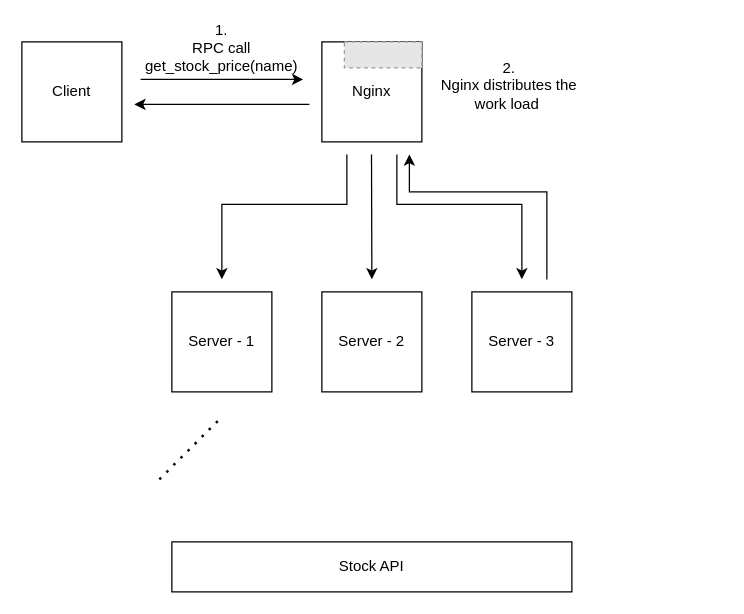
Before: Diagrama sin título.drawio in Ties17/ADS-Group-16, a draw.io diagram. Source tidied: cells renumbered, new cells numbered last; positions are measured from the earlier drawing's top-left corner, leaving out a move shared by most shapes. Both pictures are drawn from the tidied source at 125%, with x=0, y=0 at pixel (21, 29). Pictures stored in the file or linked from it are replaced by grey dashed boxes.
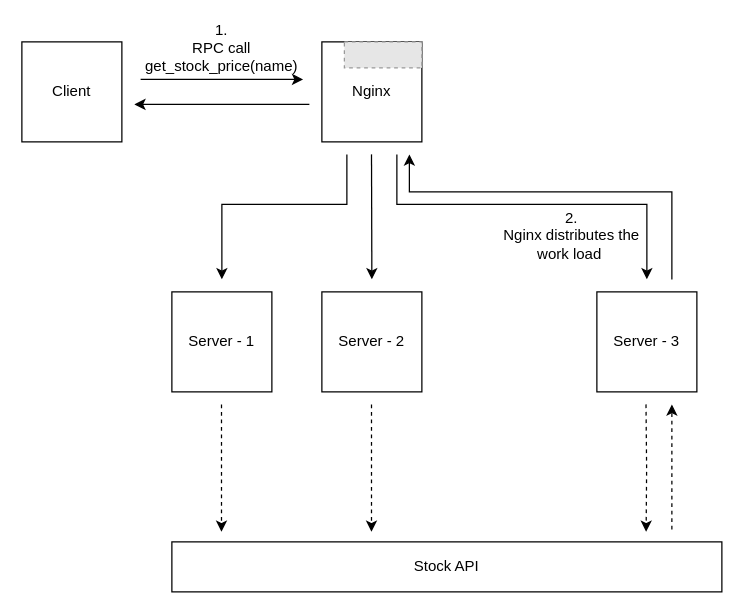
The same diagram, later.

Change to the diagram source:
```diff
@@
     <mxCell id="3" value="Server - 3" style="rounded=0;whiteSpace=wrap;html=1;" parent="1" vertex="1">
-      <mxGeometry x="360" y="210" width="80" height="80" as="geometry" />
+      <mxGeometry x="460" y="210" width="80" height="80" as="geometry" />
     </mxCell>
@@
     <mxCell id="10" style="endArrow=classic;html=1;rounded=0;" parent="1" edge="1">
       <mxGeometry relative="1" as="geometry">
         <mxPoint x="300" y="100" as="sourcePoint" />
-        <mxPoint x="400" y="200" as="targetPoint" />
+        <mxPoint x="500" y="200" as="targetPoint" />
         <Array as="points">
           <mxPoint x="300" y="140" />
-          <mxPoint x="400" y="140" />
+          <mxPoint x="500" y="140" />
         </Array>
       </mxGeometry>
     </mxCell>
@@
     <mxCell id="13" style="endArrow=classic;html=1;rounded=0;" parent="1" edge="1">
       <mxGeometry relative="1" as="geometry">
-        <mxPoint x="420" y="200" as="sourcePoint" />
+        <mxPoint x="520" y="200" as="sourcePoint" />
         <mxPoint x="310" y="100" as="targetPoint" />
         <Array as="points">
-          <mxPoint x="420" y="160" />
-          <mxPoint x="420" y="130" />
+          <mxPoint x="520" y="130" />
           <mxPoint x="310" y="130" />
         </Array>
       </mxGeometry>
     </mxCell>
@@
     <mxCell id="15" value="2.&lt;br&gt;Nginx distributes the work load&amp;nbsp;" style="text;html=1;strokeColor=none;fillColor=none;align=center;verticalAlign=middle;whiteSpace=wrap;rounded=0;" parent="1" vertex="1">
-      <mxGeometry x="330" y="30" width="120" height="30" as="geometry" />
+      <mxGeometry x="380" y="150" width="120" height="30" as="geometry" />
     </mxCell>
     <mxCell id="16" value="Stock API" style="rounded=0;whiteSpace=wrap;html=1;" parent="1" vertex="1">
-      <mxGeometry x="120" y="410" width="320" height="40" as="geometry" />
+      <mxGeometry x="120" y="410" width="440" height="40" as="geometry" />
     </mxCell>
-    <mxCell id="17" style="endArrow=none;dashed=1;html=1;dashPattern=1 3;strokeWidth=2;rounded=0;" parent="1" edge="1">
-      <mxGeometry relative="1" as="geometry">
-        <mxPoint x="110" y="360" as="sourcePoint" />
-        <mxPoint x="160" y="310" as="targetPoint" />
-      </mxGeometry>
-    </mxCell>
+    <mxCell id="18" style="edgeStyle=orthogonalEdgeStyle;rounded=0;orthogonalLoop=1;jettySize=auto;html=1;entryX=0.937;entryY=0.047;entryDx=0;entryDy=0;entryPerimeter=0;dashed=1;" parent="1" edge="1">
+      <mxGeometry relative="1" as="geometry">
+        <mxPoint x="499.3" y="300" as="sourcePoint" />
+        <mxPoint x="499.4" y="401.9" as="targetPoint" />
+      </mxGeometry>
+    </mxCell>
+    <mxCell id="19" style="edgeStyle=orthogonalEdgeStyle;rounded=0;orthogonalLoop=1;jettySize=auto;html=1;entryX=0.937;entryY=0.047;entryDx=0;entryDy=0;entryPerimeter=0;dashed=1;" parent="1" edge="1">
+      <mxGeometry relative="1" as="geometry">
+        <mxPoint x="159.7" y="300" as="sourcePoint" />
+        <mxPoint x="159.7" y="401.9" as="targetPoint" />
+      </mxGeometry>
+    </mxCell>
+    <mxCell id="20" style="edgeStyle=orthogonalEdgeStyle;rounded=0;orthogonalLoop=1;jettySize=auto;html=1;entryX=0.937;entryY=0.047;entryDx=0;entryDy=0;entryPerimeter=0;dashed=1;" parent="1" edge="1">
+      <mxGeometry relative="1" as="geometry">
+        <mxPoint x="279.7" y="300" as="sourcePoint" />
+        <mxPoint x="279.7" y="401.9" as="targetPoint" />
+      </mxGeometry>
+    </mxCell>
+    <mxCell id="21" style="edgeStyle=orthogonalEdgeStyle;rounded=0;orthogonalLoop=1;jettySize=auto;html=1;dashed=1;" parent="1" edge="1">
+      <mxGeometry relative="1" as="geometry">
+        <mxPoint x="520" y="400" as="sourcePoint" />
+        <mxPoint x="520" y="300" as="targetPoint" />
+      </mxGeometry>
+    </mxCell>
```
